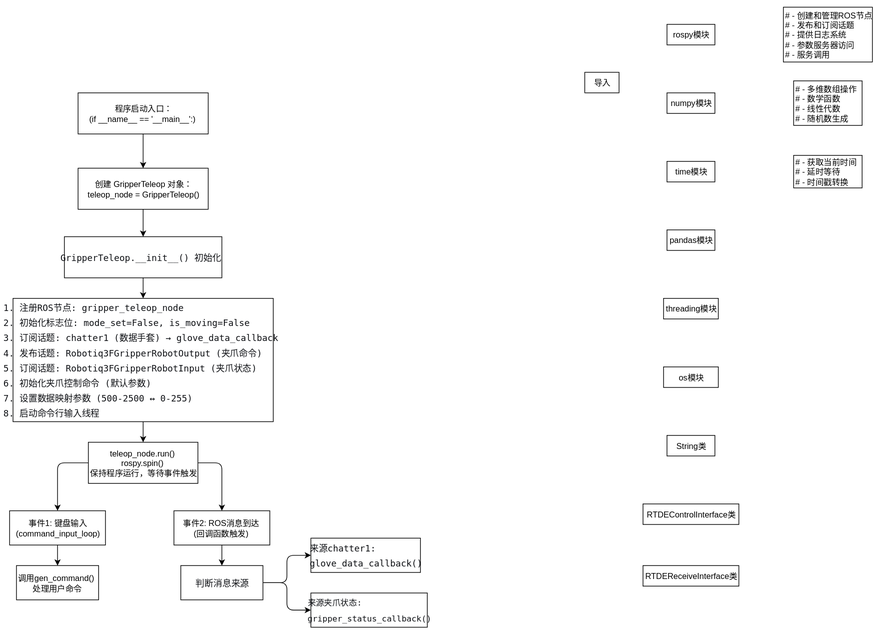
18420056885/Notes keeps this draw.io diagram as obsidian_md/夹爪控制程序完整流程图.svg. Above is the earlier version. Source tidied: cells renumbered, new cells last; positions are measured from the earlier drawing's top-left corner, leaving out a move shared by most shapes.
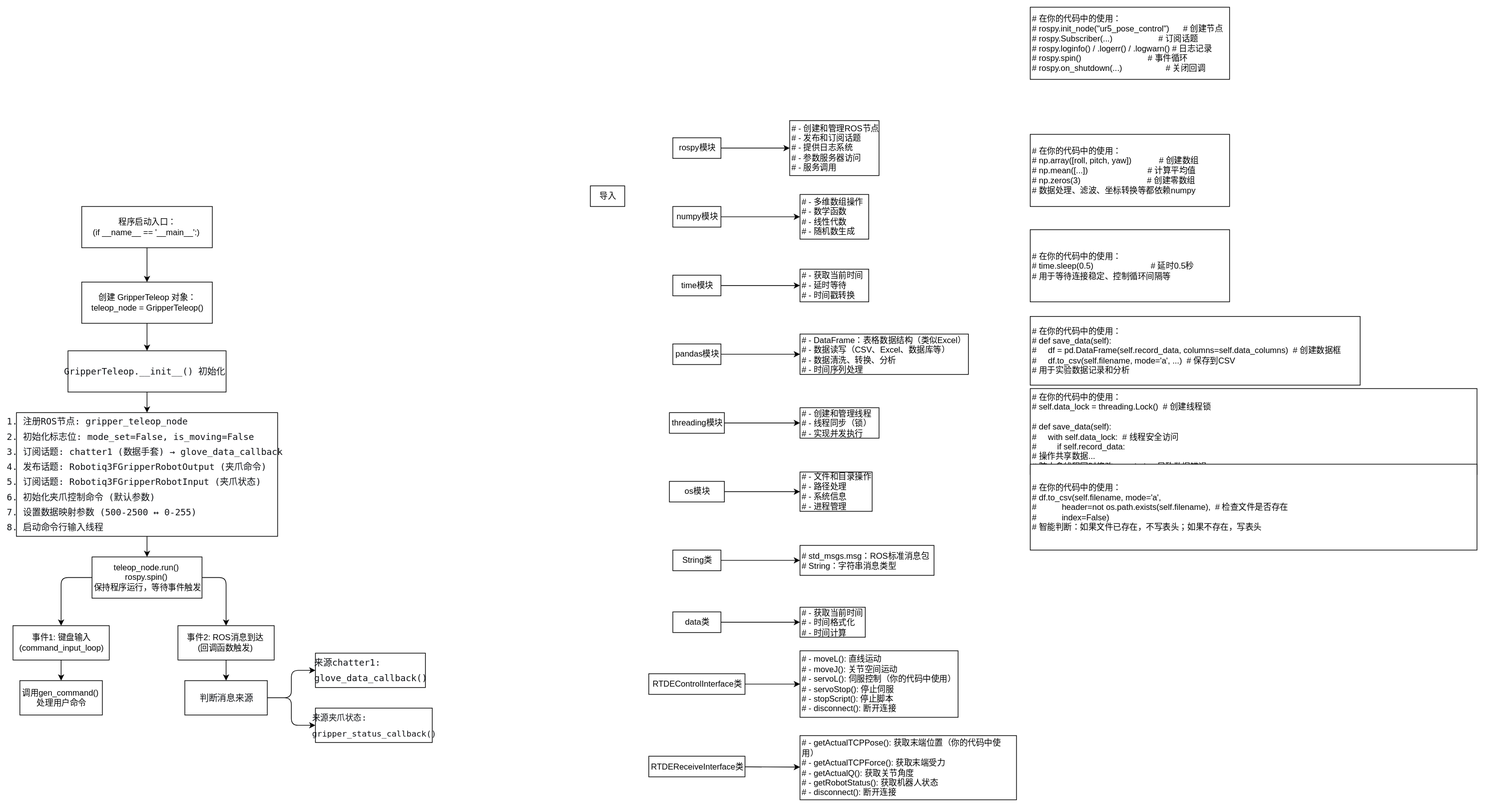
The same diagram one commit later.

Commit message:
vault backup: 2026-01-15 10:38:27

Change to the diagram source:
```diff
@@ -68,41 +68,113 @@
     <mxCell id="23" value="导入" style="rounded=0;whiteSpace=wrap;html=1;" parent="1" vertex="1">
       <mxGeometry x="840" y="95" width="50" height="30" as="geometry" />
     </mxCell>
+    <mxCell id="36" style="edgeStyle=none;html=1;" parent="1" edge="1" source="24" target="25">
+      <mxGeometry relative="1" as="geometry" />
+    </mxCell>
     <mxCell id="24" value="rospy模块" style="rounded=0;whiteSpace=wrap;html=1;" parent="1" vertex="1">
       <mxGeometry x="960" y="25" width="70" height="30" as="geometry" />
     </mxCell>
     <mxCell id="25" value="&lt;div&gt;# - 创建和管理ROS节点&lt;/div&gt;&lt;div&gt;# - 发布和订阅话题&lt;/div&gt;&lt;div&gt;# - 提供日志系统&lt;/div&gt;&lt;div&gt;# - 参数服务器访问&lt;/div&gt;&lt;div&gt;# - 服务调用&lt;/div&gt;" style="rounded=0;whiteSpace=wrap;html=1;align=left;" parent="1" vertex="1">
       <mxGeometry x="1130" width="130" height="80" as="geometry" />
     </mxCell>
+    <mxCell id="37" style="edgeStyle=none;html=1;" parent="1" edge="1" source="26" target="27">
+      <mxGeometry relative="1" as="geometry" />
+    </mxCell>
     <mxCell id="26" value="numpy模块" style="rounded=0;whiteSpace=wrap;html=1;" parent="1" vertex="1">
       <mxGeometry x="960" y="125" width="70" height="30" as="geometry" />
     </mxCell>
     <mxCell id="27" value="&lt;div&gt;# - 多维数组操作&lt;/div&gt;&lt;div&gt;# - 数学函数&lt;/div&gt;&lt;div&gt;# - 线性代数&lt;/div&gt;&lt;div&gt;# - 随机数生成&lt;/div&gt;" style="rounded=0;whiteSpace=wrap;html=1;align=left;" parent="1" vertex="1">
       <mxGeometry x="1145" y="107.5" width="100" height="65" as="geometry" />
     </mxCell>
+    <mxCell id="38" style="edgeStyle=none;html=1;" parent="1" edge="1" source="28" target="29">
+      <mxGeometry relative="1" as="geometry" />
+    </mxCell>
     <mxCell id="28" value="time模块" style="rounded=0;whiteSpace=wrap;html=1;" parent="1" vertex="1">
       <mxGeometry x="960" y="225" width="70" height="30" as="geometry" />
     </mxCell>
     <mxCell id="29" value="&lt;div&gt;# - 获取当前时间&lt;/div&gt;&lt;div&gt;# - 延时等待&lt;/div&gt;&lt;div&gt;# - 时间戳转换&lt;/div&gt;" style="rounded=0;whiteSpace=wrap;html=1;align=left;" parent="1" vertex="1">
       <mxGeometry x="1145" y="216.2" width="100" height="47.5" as="geometry" />
     </mxCell>
+    <mxCell id="39" style="edgeStyle=none;html=1;" parent="1" edge="1" source="30" target="50">
+      <mxGeometry relative="1" as="geometry" />
+    </mxCell>
     <mxCell id="30" value="String类" style="rounded=0;whiteSpace=wrap;html=1;" parent="1" vertex="1">
       <mxGeometry x="960" y="625" width="70" height="30" as="geometry" />
     </mxCell>
+    <mxCell id="40" style="edgeStyle=none;html=1;" parent="1" edge="1" source="31" target="52">
+      <mxGeometry relative="1" as="geometry" />
+    </mxCell>
     <mxCell id="31" value="RTDEControlInterface类" style="rounded=0;whiteSpace=wrap;html=1;" parent="1" vertex="1">
-      <mxGeometry x="925" y="725" width="140" height="30" as="geometry" />
+      <mxGeometry x="925" y="805" width="140" height="30" as="geometry" />
     </mxCell>
+    <mxCell id="41" style="edgeStyle=none;html=1;" parent="1" edge="1" source="32" target="53">
+      <mxGeometry relative="1" as="geometry" />
+    </mxCell>
     <mxCell id="32" value="RTDEReceiveInterface类" style="rounded=0;whiteSpace=wrap;html=1;" parent="1" vertex="1">
-      <mxGeometry x="925" y="815" width="140" height="30" as="geometry" />
+      <mxGeometry x="925" y="925" width="140" height="30" as="geometry" />
     </mxCell>
+    <mxCell id="42" style="edgeStyle=none;html=1;" parent="1" edge="1" source="33" target="47">
+      <mxGeometry relative="1" as="geometry" />
+    </mxCell>
     <mxCell id="33" value="pandas模块" style="rounded=0;whiteSpace=wrap;html=1;" parent="1" vertex="1">
       <mxGeometry x="960" y="325" width="70" height="30" as="geometry" />
     </mxCell>
+    <mxCell id="43" style="edgeStyle=none;html=1;" parent="1" edge="1" source="34" target="48">
+      <mxGeometry relative="1" as="geometry" />
+    </mxCell>
     <mxCell id="34" value="threading模块" style="rounded=0;whiteSpace=wrap;html=1;" parent="1" vertex="1">
       <mxGeometry x="955" y="425" width="80" height="30" as="geometry" />
     </mxCell>
+    <mxCell id="44" style="edgeStyle=none;html=1;" parent="1" edge="1" source="35" target="49">
+      <mxGeometry relative="1" as="geometry" />
+    </mxCell>
     <mxCell id="35" value="os模块" style="rounded=0;whiteSpace=wrap;html=1;" parent="1" vertex="1">
       <mxGeometry x="955" y="525" width="80" height="30" as="geometry" />
     </mxCell>
+    <mxCell id="45" style="edgeStyle=none;html=1;" parent="1" edge="1" source="46" target="51">
+      <mxGeometry relative="1" as="geometry" />
+    </mxCell>
+    <mxCell id="46" value="data类" style="rounded=0;whiteSpace=wrap;html=1;" parent="1" vertex="1">
+      <mxGeometry x="960" y="715" width="70" height="30" as="geometry" />
+    </mxCell>
+    <mxCell id="47" value="&lt;div&gt;# - DataFrame：表格数据结构（类似Excel）&lt;/div&gt;&lt;div&gt;# - 数据读写（CSV、Excel、数据库等）&lt;/div&gt;&lt;div&gt;# - 数据清洗、转换、分析&lt;/div&gt;&lt;div&gt;# - 时间序列处理&lt;/div&gt;" style="rounded=0;whiteSpace=wrap;html=1;align=left;" parent="1" vertex="1">
+      <mxGeometry x="1145" y="310.6" width="245" height="58.8" as="geometry" />
+    </mxCell>
+    <mxCell id="48" value="&lt;div&gt;# - 创建和管理线程&lt;/div&gt;&lt;div&gt;# - 线程同步（锁）&lt;/div&gt;&lt;div&gt;# - 实现并发执行&lt;/div&gt;" style="rounded=0;whiteSpace=wrap;html=1;align=left;" parent="1" vertex="1">
+      <mxGeometry x="1145" y="417.8" width="115" height="44.4" as="geometry" />
+    </mxCell>
+    <mxCell id="49" value="&lt;div&gt;# - 文件和目录操作&lt;/div&gt;&lt;div&gt;# - 路径处理&lt;/div&gt;&lt;div&gt;# - 系统信息&lt;/div&gt;&lt;div&gt;# - 进程管理&lt;/div&gt;" style="rounded=0;whiteSpace=wrap;html=1;align=left;" parent="1" vertex="1">
+      <mxGeometry x="1145" y="511.4" width="105" height="57.2" as="geometry" />
+    </mxCell>
+    <mxCell id="50" value="&lt;div&gt;# std_msgs.msg：ROS标准消息包&lt;/div&gt;&lt;div&gt;# String：字符串消息类型&lt;/div&gt;" style="rounded=0;whiteSpace=wrap;html=1;align=left;" parent="1" vertex="1">
+      <mxGeometry x="1145" y="618.2" width="195" height="43.6" as="geometry" />
+    </mxCell>
+    <mxCell id="51" value="&lt;div&gt;# - 获取当前时间&lt;/div&gt;&lt;div&gt;# - 时间格式化&lt;/div&gt;&lt;div&gt;# - 时间计算&lt;/div&gt;" style="rounded=0;whiteSpace=wrap;html=1;align=left;" parent="1" vertex="1">
+      <mxGeometry x="1145" y="708.2" width="95" height="43.6" as="geometry" />
+    </mxCell>
+    <mxCell id="52" value="&lt;div&gt;# - moveL(): 直线运动&lt;/div&gt;&lt;div&gt;# - moveJ(): 关节空间运动&lt;/div&gt;&lt;div&gt;# - servoL(): 伺服控制（你的代码中使用）&lt;/div&gt;&lt;div&gt;# - servoStop(): 停止伺服&lt;/div&gt;&lt;div&gt;# - stopScript(): 停止脚本&lt;/div&gt;&lt;div&gt;# - disconnect(): 断开连接&lt;/div&gt;" style="rounded=0;whiteSpace=wrap;html=1;align=left;" parent="1" vertex="1">
+      <mxGeometry x="1145" y="771.6" width="230" height="96.8" as="geometry" />
+    </mxCell>
+    <mxCell id="53" value="# - getActualTCPPose(): 获取末端位置（你的代码中使用）&#10;# - getActualTCPForce(): 获取末端受力&#10;# - getActualQ(): 获取关节角度&#10;# - getRobotStatus(): 获取机器人状态&#10;# - disconnect(): 断开连接" style="rounded=0;whiteSpace=wrap;html=1;align=left;" parent="1" vertex="1">
+      <mxGeometry x="1145" y="895" width="315" height="93.4" as="geometry" />
+    </mxCell>
+    <mxCell id="54" value="&lt;div&gt;# 在你的代码中的使用：&lt;/div&gt;&lt;div&gt;# rospy.init_node(&quot;ur5_pose_control&quot;)&amp;nbsp; &amp;nbsp; &amp;nbsp; # 创建节点&lt;/div&gt;&lt;div&gt;# rospy.Subscriber(...)&amp;nbsp; &amp;nbsp; &amp;nbsp; &amp;nbsp; &amp;nbsp; &amp;nbsp; &amp;nbsp; &amp;nbsp; &amp;nbsp; &amp;nbsp; # 订阅话题&lt;/div&gt;&lt;div&gt;# rospy.loginfo() / .logerr() / .logwarn() # 日志记录&lt;/div&gt;&lt;div&gt;# rospy.spin()&amp;nbsp; &amp;nbsp; &amp;nbsp; &amp;nbsp; &amp;nbsp; &amp;nbsp; &amp;nbsp; &amp;nbsp; &amp;nbsp; &amp;nbsp; &amp;nbsp; &amp;nbsp; &amp;nbsp; &amp;nbsp; &amp;nbsp;# 事件循环&lt;/div&gt;&lt;div&gt;# rospy.on_shutdown(...)&amp;nbsp; &amp;nbsp; &amp;nbsp; &amp;nbsp; &amp;nbsp; &amp;nbsp; &amp;nbsp; &amp;nbsp; &amp;nbsp; &amp;nbsp;# 关闭回调&lt;/div&gt;" style="rounded=0;whiteSpace=wrap;html=1;align=left;" parent="1" vertex="1">
+      <mxGeometry x="1480" y="-165" width="290" height="105" as="geometry" />
+    </mxCell>
+    <mxCell id="55" value="&lt;div&gt;&lt;div&gt;# 在你的代码中的使用：&lt;/div&gt;&lt;div&gt;# np.array([roll, pitch, yaw])&amp;nbsp; &amp;nbsp; &amp;nbsp; &amp;nbsp; &amp;nbsp; &amp;nbsp; # 创建数组&lt;/div&gt;&lt;div&gt;# np.mean([...])&amp;nbsp; &amp;nbsp; &amp;nbsp; &amp;nbsp; &amp;nbsp; &amp;nbsp; &amp;nbsp; &amp;nbsp; &amp;nbsp; &amp;nbsp; &amp;nbsp; &amp;nbsp; &amp;nbsp; # 计算平均值&lt;/div&gt;&lt;div&gt;# np.zeros(3)&amp;nbsp; &amp;nbsp; &amp;nbsp; &amp;nbsp; &amp;nbsp; &amp;nbsp; &amp;nbsp; &amp;nbsp; &amp;nbsp; &amp;nbsp; &amp;nbsp; &amp;nbsp; &amp;nbsp; &amp;nbsp; &amp;nbsp;# 创建零数组&lt;/div&gt;&lt;div&gt;# 数据处理、滤波、坐标转换等都依赖numpy&lt;/div&gt;&lt;/div&gt;" style="rounded=0;whiteSpace=wrap;html=1;align=left;" parent="1" vertex="1">
+      <mxGeometry x="1480" y="20" width="290" height="105" as="geometry" />
+    </mxCell>
+    <mxCell id="56" value="&lt;div&gt;# 在你的代码中的使用：&lt;/div&gt;&lt;div&gt;# time.sleep(0.5)&amp;nbsp; &amp;nbsp; &amp;nbsp; &amp;nbsp; &amp;nbsp; &amp;nbsp; &amp;nbsp; &amp;nbsp; &amp;nbsp; &amp;nbsp; &amp;nbsp; &amp;nbsp; &amp;nbsp;# 延时0.5秒&lt;/div&gt;&lt;div&gt;# 用于等待连接稳定、控制循环间隔等&lt;/div&gt;" style="rounded=0;whiteSpace=wrap;html=1;align=left;" parent="1" vertex="1">
+      <mxGeometry x="1480" y="158.8" width="290" height="105" as="geometry" />
+    </mxCell>
+    <mxCell id="57" value="&lt;div&gt;# 在你的代码中的使用：&lt;/div&gt;&lt;div&gt;# def save_data(self):&lt;/div&gt;&lt;div&gt;#&amp;nbsp; &amp;nbsp; &amp;nbsp;df = pd.DataFrame(self.record_data, columns=self.data_columns)&amp;nbsp; # 创建数据框&lt;/div&gt;&lt;div&gt;#&amp;nbsp; &amp;nbsp; &amp;nbsp;df.to_csv(self.filename, mode='a', ...)&amp;nbsp; # 保存到CSV&lt;/div&gt;&lt;div&gt;# 用于实验数据记录和分析&lt;/div&gt;" style="rounded=0;whiteSpace=wrap;html=1;align=left;" parent="1" vertex="1">
+      <mxGeometry x="1480" y="285" width="480" height="100" as="geometry" />
+    </mxCell>
+    <mxCell id="58" value="&lt;div&gt;# 在你的代码中的使用：&lt;/div&gt;&lt;div&gt;# self.data_lock = threading.Lock()&amp;nbsp; # 创建线程锁&lt;/div&gt;&lt;div&gt;&lt;br&gt;&lt;/div&gt;&lt;div&gt;# def save_data(self):&lt;/div&gt;&lt;div&gt;#&amp;nbsp; &amp;nbsp; &amp;nbsp;with self.data_lock:&amp;nbsp; # 线程安全访问&lt;/div&gt;&lt;div&gt;#&amp;nbsp; &amp;nbsp; &amp;nbsp; &amp;nbsp; &amp;nbsp;if self.record_data:&lt;/div&gt;&lt;div&gt;# 操作共享数据...&lt;/div&gt;&lt;div&gt;# 防止多线程同时修改record_data导致数据错误&lt;/div&gt;" style="rounded=0;whiteSpace=wrap;html=1;align=left;" parent="1" vertex="1">
+      <mxGeometry x="1480" y="390" width="650" height="125" as="geometry" />
+    </mxCell>
+    <mxCell id="59" value="&lt;div&gt;# 在你的代码中的使用：&lt;/div&gt;&lt;div&gt;# df.to_csv(self.filename, mode='a',&amp;nbsp;&lt;/div&gt;&lt;div&gt;#&amp;nbsp; &amp;nbsp; &amp;nbsp; &amp;nbsp; &amp;nbsp; &amp;nbsp;header=not os.path.exists(self.filename),&amp;nbsp; # 检查文件是否存在&lt;/div&gt;&lt;div&gt;#&amp;nbsp; &amp;nbsp; &amp;nbsp; &amp;nbsp; &amp;nbsp; &amp;nbsp;index=False)&lt;/div&gt;&lt;div&gt;# 智能判断：如果文件已存在，不写表头；如果不存在，写表头&lt;/div&gt;" style="rounded=0;whiteSpace=wrap;html=1;align=left;" parent="1" vertex="1">
+      <mxGeometry x="1480" y="500" width="650" height="125" as="geometry" />
+    </mxCell>
   </root>
 </mxGraphModel>
```
